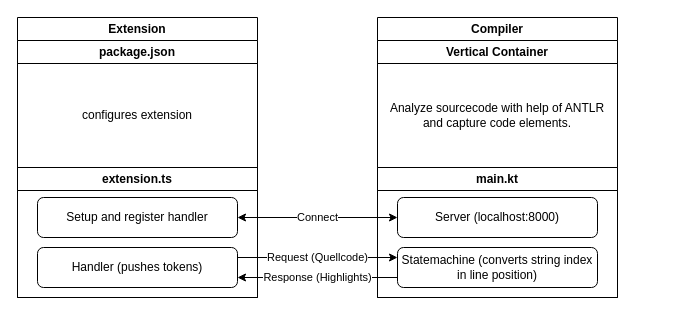
timkoehne/PuC-SS23 keeps this draw.io diagram as architecture.drawio. Above is the earlier version. Source tidied: cells renumbered, new cells numbered last; positions are measured from the earlier drawing's top-left corner, leaving out a move shared by most shapes. Both pictures are drawn from the tidied source at 100%, with x=0, y=0 at pixel (17, 17).
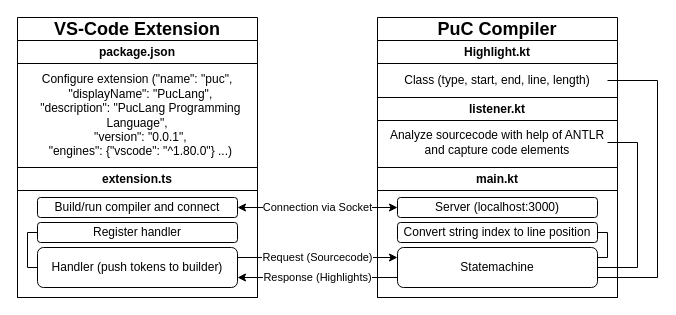
After the change.

Commit message (it also covers changes not shown here):
Revise architecture

The change refers to these unchanged cells:
```xml
<mxCell id="5" value="extension.ts" style="swimlane;whiteSpace=wrap;html=1;" parent="4" vertex="1">
  <mxGeometry y="150" width="240" height="130" as="geometry" />
</mxCell>
<mxCell id="8" value="package.json" style="swimlane;whiteSpace=wrap;html=1;" parent="4" vertex="1">
  <mxGeometry y="23" width="240" height="127" as="geometry" />
</mxCell>
<mxCell id="13" value="main.kt" style="swimlane;whiteSpace=wrap;html=1;" parent="10" vertex="1">
  <mxGeometry y="150" width="240" height="130" as="geometry" />
</mxCell>
```

The edit, as a diff of the source:
```diff
@@
-    <mxCell id="2" value="Request (Quellcode)" style="endArrow=classic;html=1;rounded=0;exitX=1;exitY=0.25;exitDx=0;exitDy=0;entryX=0;entryY=0.25;entryDx=0;entryDy=0;" parent="1" edge="1" source="7" target="15">
+    <mxCell id="2" value="Request (Sourcecode)" style="endArrow=classic;html=1;rounded=0;exitX=1;exitY=0.25;exitDx=0;exitDy=0;entryX=0;entryY=0.25;entryDx=0;entryDy=0;" parent="1" edge="1" source="7" target="15">
       <mxGeometry relative="1" as="geometry" />
     </mxCell>
@@
-    <mxCell id="4" value="Extension" style="swimlane;whiteSpace=wrap;html=1;" parent="1" vertex="1">
+    <mxCell id="4" value="&lt;font style=&quot;font-size: 18px;&quot;&gt;VS-Code Extension&lt;/font&gt;" style="swimlane;whiteSpace=wrap;html=1;" parent="1" vertex="1">
       <mxGeometry width="240" height="280" as="geometry" />
     </mxCell>
@@
-    <mxCell id="6" value="Setup and register handler" style="rounded=1;whiteSpace=wrap;html=1;" parent="5" vertex="1">
-      <mxGeometry x="20" y="30" width="200" height="40" as="geometry" />
+    <mxCell id="6" value="Build/run compiler and connect" style="rounded=1;whiteSpace=wrap;html=1;" parent="5" vertex="1">
+      <mxGeometry x="20" y="30" width="200" height="20" as="geometry" />
     </mxCell>
-    <mxCell id="7" value="Handler (pushes tokens)" style="rounded=1;whiteSpace=wrap;html=1;" parent="5" vertex="1">
+    <mxCell id="7" value="Handler (push tokens to builder)" style="rounded=1;whiteSpace=wrap;html=1;" parent="5" vertex="1">
       <mxGeometry x="20" y="80" width="200" height="40" as="geometry" />
     </mxCell>
+    <mxCell id="17" value="Register handler" style="rounded=1;whiteSpace=wrap;html=1;" parent="5" vertex="1">
+      <mxGeometry x="20" y="55" width="200" height="20" as="geometry" />
+    </mxCell>
+    <mxCell id="18" style="endArrow=none;html=1;rounded=0;entryX=0;entryY=0.5;entryDx=0;entryDy=0;exitX=0;exitY=0.5;exitDx=0;exitDy=0;" parent="5" edge="1" source="7" target="17">
+      <mxGeometry relative="1" as="geometry">
+        <Array as="points">
+          <mxPoint x="10" y="100" />
+          <mxPoint x="10" y="65" />
+        </Array>
+      </mxGeometry>
+    </mxCell>
@@
-    <mxCell id="9" value="configures extension" style="text;html=1;strokeColor=none;fillColor=none;align=center;verticalAlign=middle;whiteSpace=wrap;rounded=0;" parent="8" vertex="1">
+    <mxCell id="9" value="Configure extension (&quot;name&quot;: &quot;puc&quot;,&lt;div&gt;&amp;nbsp; &quot;displayName&quot;: &quot;PucLang&quot;,&lt;/div&gt;&lt;div&gt;&amp;nbsp; &quot;description&quot;: &quot;PucLang Programming Language&quot;,&lt;/div&gt;&lt;div&gt;&amp;nbsp; &quot;version&quot;: &quot;0.0.1&quot;,&lt;/div&gt;&lt;div&gt;&amp;nbsp; &quot;engines&quot;: {&lt;span style=&quot;background-color: initial;&quot;&gt;&quot;vscode&quot;: &quot;^1.80.0&quot;&lt;/span&gt;&lt;span style=&quot;background-color: initial;&quot;&gt;} ...)&lt;/span&gt;&lt;/div&gt;" style="text;html=1;strokeColor=none;fillColor=none;align=center;verticalAlign=middle;whiteSpace=wrap;rounded=0;" parent="8" vertex="1">
       <mxGeometry x="10" y="30" width="220" height="90" as="geometry" />
     </mxCell>
-    <mxCell id="10" value="Compiler" style="swimlane;whiteSpace=wrap;html=1;" parent="1" vertex="1">
+    <mxCell id="10" value="&lt;font style=&quot;font-size: 18px;&quot;&gt;PuC Compiler&lt;/font&gt;" style="swimlane;whiteSpace=wrap;html=1;" parent="1" vertex="1">
       <mxGeometry x="360" width="240" height="280" as="geometry" />
     </mxCell>
-    <mxCell id="11" value="Vertical Container" style="swimlane;whiteSpace=wrap;html=1;" parent="10" vertex="1">
-      <mxGeometry y="23" width="240" height="130" as="geometry" />
+    <mxCell id="11" value="listener.kt" style="swimlane;whiteSpace=wrap;html=1;" parent="10" vertex="1">
+      <mxGeometry y="80" width="240" height="73" as="geometry" />
     </mxCell>
-    <mxCell id="12" value="Analyze sourcecode with help of ANTLR and capture code elements." style="text;html=1;strokeColor=none;fillColor=none;align=center;verticalAlign=middle;whiteSpace=wrap;rounded=0;" parent="11" vertex="1">
-      <mxGeometry x="10" y="30" width="220" height="90" as="geometry" />
+    <mxCell id="12" value="Analyze sourcecode with help of ANTLR and capture code elements" style="text;html=1;strokeColor=none;fillColor=none;align=center;verticalAlign=middle;whiteSpace=wrap;rounded=0;" parent="11" vertex="1">
+      <mxGeometry x="10" y="30" width="220" height="30" as="geometry" />
     </mxCell>
@@
-    <mxCell id="14" value="&lt;div&gt;Server (localhost:8000)&lt;/div&gt;" style="rounded=1;whiteSpace=wrap;html=1;" parent="13" vertex="1">
-      <mxGeometry x="20" y="30" width="200" height="40" as="geometry" />
+    <mxCell id="14" value="&lt;div&gt;Server (localhost:3000)&lt;/div&gt;" style="rounded=1;whiteSpace=wrap;html=1;" parent="13" vertex="1">
+      <mxGeometry x="20" y="30" width="200" height="20" as="geometry" />
     </mxCell>
-    <mxCell id="15" value="Statemachine (converts string index in line position)" style="rounded=1;whiteSpace=wrap;html=1;" parent="13" vertex="1">
+    <mxCell id="15" value="Statemachine" style="rounded=1;whiteSpace=wrap;html=1;" parent="13" vertex="1">
       <mxGeometry x="20" y="80" width="200" height="40" as="geometry" />
     </mxCell>
+    <mxCell id="19" value="Convert string index to line position" style="rounded=1;whiteSpace=wrap;html=1;" parent="13" vertex="1">
+      <mxGeometry x="20" y="55" width="200" height="20" as="geometry" />
+    </mxCell>
+    <mxCell id="20" style="endArrow=none;html=1;rounded=0;entryX=1;entryY=0.5;entryDx=0;entryDy=0;exitX=1;exitY=0.25;exitDx=0;exitDy=0;" parent="13" edge="1" source="15" target="19">
+      <mxGeometry relative="1" as="geometry">
+        <Array as="points">
+          <mxPoint x="230" y="90" />
+          <mxPoint x="230" y="65" />
+        </Array>
+      </mxGeometry>
+    </mxCell>
+    <mxCell id="21" value="Highlight.kt" style="swimlane;whiteSpace=wrap;html=1;" parent="10" vertex="1">
+      <mxGeometry y="23" width="240" height="57" as="geometry" />
+    </mxCell>
+    <mxCell id="22" value="Class (type, start, end, line, length)" style="text;html=1;strokeColor=none;fillColor=none;align=center;verticalAlign=middle;whiteSpace=wrap;rounded=0;" parent="21" vertex="1">
+      <mxGeometry x="10" y="30" width="220" height="20" as="geometry" />
+    </mxCell>
+    <mxCell id="23" style="endArrow=none;html=1;rounded=0;entryX=1;entryY=0.5;entryDx=0;entryDy=0;exitX=1;exitY=0.75;exitDx=0;exitDy=0;" parent="10" edge="1" source="15" target="22">
+      <mxGeometry relative="1" as="geometry">
+        <Array as="points">
+          <mxPoint x="280" y="260" />
+          <mxPoint x="280" y="63" />
+        </Array>
+      </mxGeometry>
+    </mxCell>
+    <mxCell id="24" style="endArrow=none;html=1;rounded=0;entryX=1;entryY=0.5;entryDx=0;entryDy=0;exitX=1;exitY=0.5;exitDx=0;exitDy=0;" parent="10" edge="1" source="15" target="12">
+      <mxGeometry relative="1" as="geometry">
+        <Array as="points">
+          <mxPoint x="260" y="250" />
+          <mxPoint x="260" y="125" />
+        </Array>
+      </mxGeometry>
+    </mxCell>
-    <mxCell id="16" value="Connect" style="endArrow=classic;startArrow=classic;html=1;rounded=0;entryX=0;entryY=0.5;entryDx=0;entryDy=0;exitX=1;exitY=0.5;exitDx=0;exitDy=0;" parent="1" edge="1" source="6" target="14">
+    <mxCell id="16" value="Connection via Socket" style="endArrow=classic;startArrow=classic;html=1;rounded=0;entryX=0;entryY=0.5;entryDx=0;entryDy=0;exitX=1;exitY=0.5;exitDx=0;exitDy=0;" parent="1" edge="1" source="6" target="14">
       <mxGeometry relative="1" as="geometry" />
     </mxCell>
```
